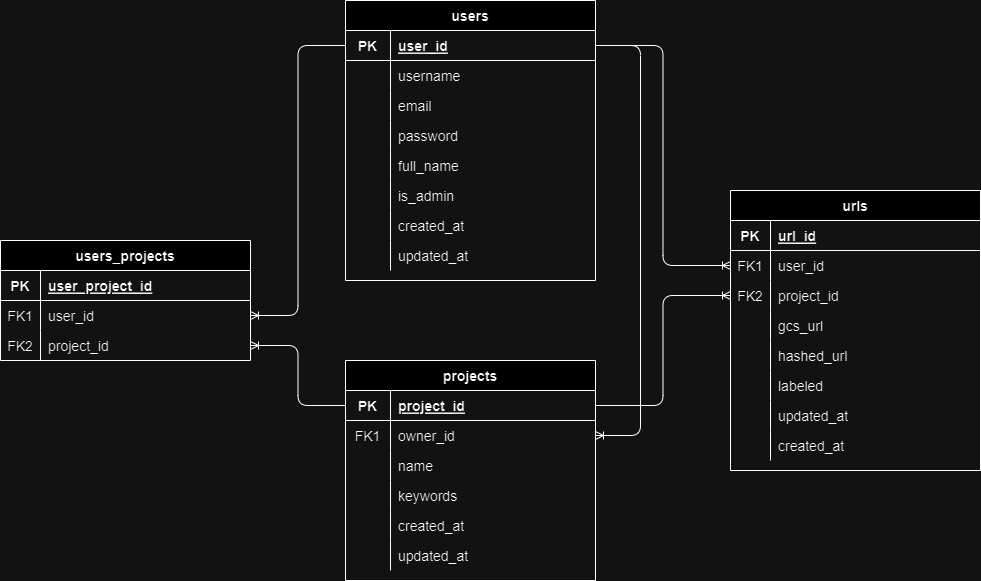
This is imgs/erd.png from sadelcarpio/ml-image-scraping-tool, a draw.io export, as it was before one commit. Source tidied: cells renumbered, new cells last; positions are measured from the earlier drawing's top-left corner, leaving out a move shared by most shapes.
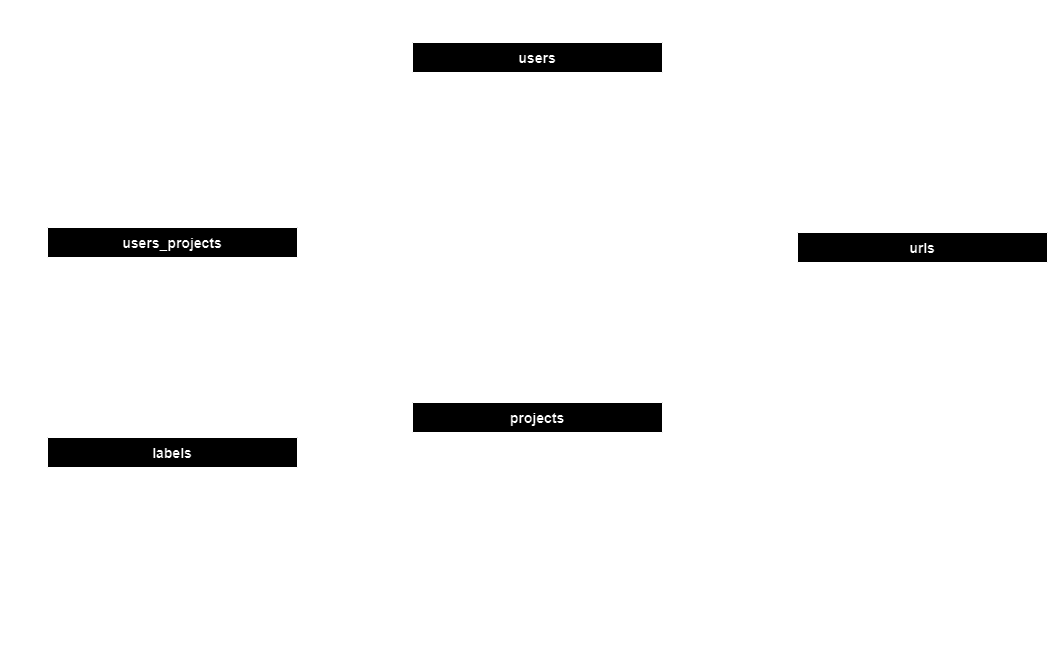
Later version of the same file.

Change to the diagram source:
```diff
@@ -3,19 +3,10 @@
     <mxCell id="0" />
     <mxCell id="1" parent="0" />
     <mxCell id="2" value="users_projects" style="shape=table;startSize=30;rowLines=0;fontStyle=1;align=center;fontSize=14;" parent="1" vertex="1">
-      <mxGeometry y="240" width="250" height="120" as="geometry" />
+      <mxGeometry x="-20" y="185" width="250" height="150" as="geometry" />
     </mxCell>
-    <mxCell id="3" style="shape=partialRectangle;fillColor=none;top=0;left=0;right=0;bottom=1;fontSize=14;" parent="2" vertex="1">
-      <mxGeometry y="30" width="250" height="30" as="geometry" />
-    </mxCell>
-    <mxCell id="4" value="PK" style="shape=partialRectangle;overflow=hidden;fillColor=none;top=0;left=0;bottom=0;right=0;fontStyle=1;fontSize=14;" parent="3" vertex="1">
-      <mxGeometry width="40" height="30" as="geometry" />
-    </mxCell>
-    <mxCell id="5" value="user_project_id" style="shape=partialRectangle;overflow=hidden;fillColor=none;top=0;left=0;bottom=0;right=0;align=left;spacingLeft=6;fontStyle=5;fontSize=14;" parent="3" vertex="1">
-      <mxGeometry x="40" width="210" height="30" as="geometry" />
-    </mxCell>
     <mxCell id="6" style="shape=partialRectangle;fillColor=none;points=[[0,0.5],[1,0.5]];portConstraint=eastwest;top=0;left=0;right=0;bottom=0;fontSize=14;" parent="2" vertex="1">
-      <mxGeometry y="60" width="250" height="30" as="geometry" />
+      <mxGeometry y="30" width="250" height="30" as="geometry" />
     </mxCell>
     <mxCell id="7" value="FK1" style="shape=partialRectangle;overflow=hidden;fillColor=none;top=0;left=0;bottom=0;right=0;fontSize=14;" parent="6" vertex="1">
       <mxGeometry width="40" height="30" as="geometry" />
@@ -24,7 +15,7 @@
       <mxGeometry x="40" width="210" height="30" as="geometry" />
     </mxCell>
     <mxCell id="9" style="shape=partialRectangle;fillColor=none;points=[[0,0.5],[1,0.5]];portConstraint=eastwest;top=0;left=0;right=0;bottom=0;fontSize=14;" parent="2" vertex="1">
-      <mxGeometry y="90" width="250" height="30" as="geometry" />
+      <mxGeometry y="60" width="250" height="30" as="geometry" />
     </mxCell>
     <mxCell id="10" value="FK2" style="shape=partialRectangle;overflow=hidden;fillColor=none;top=0;left=0;bottom=0;right=0;fontSize=14;" parent="9" vertex="1">
       <mxGeometry width="40" height="30" as="geometry" />
@@ -32,8 +23,26 @@
     <mxCell id="11" value="project_id" style="shape=partialRectangle;overflow=hidden;fillColor=none;top=0;left=0;bottom=0;right=0;align=left;spacingLeft=6;fontSize=14;" parent="9" vertex="1">
       <mxGeometry x="40" width="210" height="30" as="geometry" />
     </mxCell>
+    <mxCell id="86" style="shape=partialRectangle;fillColor=none;points=[[0,0.5],[1,0.5]];portConstraint=eastwest;top=0;left=0;right=0;bottom=0;fontSize=14;" parent="2" vertex="1">
+      <mxGeometry y="90" width="250" height="30" as="geometry" />
+    </mxCell>
+    <mxCell id="87" value="FK3" style="shape=partialRectangle;overflow=hidden;fillColor=none;top=0;left=0;bottom=0;right=0;fontSize=14;" parent="86" vertex="1">
+      <mxGeometry width="40" height="30" as="geometry" />
+    </mxCell>
+    <mxCell id="88" value="current_url" style="shape=partialRectangle;overflow=hidden;fillColor=none;top=0;left=0;bottom=0;right=0;align=left;spacingLeft=6;fontSize=14;" parent="86" vertex="1">
+      <mxGeometry x="40" width="210" height="30" as="geometry" />
+    </mxCell>
+    <mxCell id="89" style="shape=partialRectangle;fillColor=none;top=0;left=0;right=0;bottom=0;fontSize=14;" parent="2" vertex="1">
+      <mxGeometry y="120" width="250" height="30" as="geometry" />
+    </mxCell>
+    <mxCell id="90" style="shape=partialRectangle;overflow=hidden;fillColor=none;top=0;left=0;bottom=0;right=0;fontSize=14;" parent="89" vertex="1">
+      <mxGeometry width="40" height="30" as="geometry" />
+    </mxCell>
+    <mxCell id="91" value="assigned_at" style="shape=partialRectangle;overflow=hidden;fillColor=none;top=0;left=0;bottom=0;right=0;align=left;spacingLeft=6;fontSize=14;" parent="89" vertex="1">
+      <mxGeometry x="40" width="210" height="30" as="geometry" />
+    </mxCell>
     <mxCell id="12" value="projects" style="shape=table;startSize=30;rowLines=0;fontStyle=1;align=center;fontSize=14;" parent="1" vertex="1">
-      <mxGeometry x="345" y="360" width="250" height="220" as="geometry" />
+      <mxGeometry x="345" y="360" width="250" height="250" as="geometry" />
     </mxCell>
     <mxCell id="13" style="shape=partialRectangle;fillColor=none;points=[[0,0.5],[1,0.5]];portConstraint=eastwest;top=0;left=0;right=0;bottom=1;fontSize=14;" parent="12" vertex="1">
       <mxGeometry y="30" width="250" height="30" as="geometry" />
@@ -41,7 +50,7 @@
     <mxCell id="14" value="PK" style="shape=partialRectangle;overflow=hidden;fillColor=none;top=0;left=0;bottom=0;right=0;fontStyle=1;fontSize=14;" parent="13" vertex="1">
       <mxGeometry width="45" height="30" as="geometry" />
     </mxCell>
-    <mxCell id="15" value="project_id" style="shape=partialRectangle;overflow=hidden;fillColor=none;top=0;left=0;bottom=0;right=0;align=left;spacingLeft=6;fontStyle=5;fontSize=14;" parent="13" vertex="1">
+    <mxCell id="15" value="id" style="shape=partialRectangle;overflow=hidden;fillColor=none;top=0;left=0;bottom=0;right=0;align=left;spacingLeft=6;fontStyle=5;fontSize=14;" parent="13" vertex="1">
       <mxGeometry x="45" width="205" height="30" as="geometry" />
     </mxCell>
     <mxCell id="16" style="shape=partialRectangle;fillColor=none;points=[[0,0.5],[1,0.5]];portConstraint=eastwest;top=0;left=0;right=0;bottom=0;fontSize=14;" parent="12" vertex="1">
@@ -77,7 +86,7 @@
     <mxCell id="26" style="shape=partialRectangle;overflow=hidden;fillColor=none;top=0;left=0;bottom=0;right=0;fontSize=14;" parent="25" vertex="1">
       <mxGeometry width="45" height="30" as="geometry" />
     </mxCell>
-    <mxCell id="27" value="created_at" style="shape=partialRectangle;overflow=hidden;fillColor=none;top=0;left=0;bottom=0;right=0;align=left;spacingLeft=6;fontSize=14;" parent="25" vertex="1">
+    <mxCell id="27" value="task_type" style="shape=partialRectangle;overflow=hidden;fillColor=none;top=0;left=0;bottom=0;right=0;align=left;spacingLeft=6;fontSize=14;" parent="25" vertex="1">
       <mxGeometry x="45" width="205" height="30" as="geometry" />
     </mxCell>
     <mxCell id="28" style="shape=partialRectangle;fillColor=none;top=0;left=0;right=0;bottom=0;fontSize=14;" parent="12" vertex="1">
@@ -86,11 +95,26 @@
     <mxCell id="29" style="shape=partialRectangle;overflow=hidden;fillColor=none;top=0;left=0;bottom=0;right=0;fontSize=14;" parent="28" vertex="1">
       <mxGeometry width="45" height="30" as="geometry" />
     </mxCell>
-    <mxCell id="30" value="updated_at" style="shape=partialRectangle;overflow=hidden;fillColor=none;top=0;left=0;bottom=0;right=0;align=left;spacingLeft=6;fontSize=14;" parent="28" vertex="1">
+    <mxCell id="30" value="created_at" style="shape=partialRectangle;overflow=hidden;fillColor=none;top=0;left=0;bottom=0;right=0;align=left;spacingLeft=6;fontSize=14;" parent="28" vertex="1">
       <mxGeometry x="45" width="205" height="30" as="geometry" />
     </mxCell>
+    <mxCell id="92" style="shape=partialRectangle;fillColor=none;top=0;left=0;right=0;bottom=0;fontSize=14;" parent="12" vertex="1">
+      <mxGeometry y="210" width="250" height="30" as="geometry" />
+    </mxCell>
+    <mxCell id="93" style="shape=partialRectangle;overflow=hidden;fillColor=none;top=0;left=0;bottom=0;right=0;fontSize=14;" parent="92" vertex="1">
+      <mxGeometry width="45" height="30" as="geometry" />
+    </mxCell>
+    <mxCell id="94" value="updated_at" style="shape=partialRectangle;overflow=hidden;fillColor=none;top=0;left=0;bottom=0;right=0;align=left;spacingLeft=6;fontSize=14;" parent="92" vertex="1">
+      <mxGeometry x="45" width="205" height="30" as="geometry" />
+    </mxCell>
-    <mxCell id="31" style="edgeStyle=orthogonalEdgeStyle;fontSize=14;html=1;endArrow=ERoneToMany;rounded=1;strokeColor=default;entryX=1;entryY=0.5;entryDx=0;entryDy=0;exitX=0;exitY=0.5;exitDx=0;exitDy=0;" parent="1" edge="1" source="13" target="9">
-      <mxGeometry relative="1" as="geometry" />
+    <mxCell id="31" style="edgeStyle=orthogonalEdgeStyle;fontSize=14;html=1;endArrow=ERoneToMany;rounded=1;strokeColor=default;entryX=1;entryY=0.5;entryDx=0;entryDy=0;" parent="1" edge="1" target="9">
+      <mxGeometry relative="1" as="geometry">
+        <mxPoint x="345" y="395" as="sourcePoint" />
+        <Array as="points">
+          <mxPoint x="270" y="395" />
+          <mxPoint x="270" y="260" />
+        </Array>
+      </mxGeometry>
     </mxCell>
     <mxCell id="32" value="users" style="shape=table;startSize=30;rowLines=0;fontStyle=1;align=center;fontSize=14;" parent="1" vertex="1">
       <mxGeometry x="345" width="250" height="280" as="geometry" />
@@ -101,7 +125,7 @@
     <mxCell id="34" value="PK" style="shape=partialRectangle;overflow=hidden;fillColor=none;top=0;left=0;bottom=0;right=0;fontStyle=1;fontSize=14;" parent="33" vertex="1">
       <mxGeometry width="45" height="30" as="geometry" />
     </mxCell>
-    <mxCell id="35" value="user_id" style="shape=partialRectangle;overflow=hidden;fillColor=none;top=0;left=0;bottom=0;right=0;align=left;spacingLeft=6;fontStyle=5;fontSize=14;" parent="33" vertex="1">
+    <mxCell id="35" value="id" style="shape=partialRectangle;overflow=hidden;fillColor=none;top=0;left=0;bottom=0;right=0;align=left;spacingLeft=6;fontStyle=5;fontSize=14;" parent="33" vertex="1">
       <mxGeometry x="45" width="205" height="30" as="geometry" />
     </mxCell>
     <mxCell id="36" style="shape=partialRectangle;fillColor=none;top=0;left=0;right=0;bottom=0;fontSize=14;" parent="32" vertex="1">
@@ -167,8 +191,13 @@
     <mxCell id="56" value="updated_at" style="shape=partialRectangle;overflow=hidden;fillColor=none;top=0;left=0;bottom=0;right=0;align=left;spacingLeft=6;fontSize=14;" parent="54" vertex="1">
       <mxGeometry x="45" width="205" height="30" as="geometry" />
     </mxCell>
-    <mxCell id="57" style="edgeStyle=orthogonalEdgeStyle;fontSize=14;html=1;endArrow=ERoneToMany;rounded=1;strokeColor=default;entryX=1;entryY=0.5;entryDx=0;entryDy=0;exitX=0;exitY=0.5;exitDx=0;exitDy=0;" parent="1" edge="1" source="33" target="6">
-      <mxGeometry relative="1" as="geometry" />
+    <mxCell id="57" style="edgeStyle=orthogonalEdgeStyle;fontSize=14;html=1;endArrow=ERoneToMany;rounded=1;strokeColor=default;entryX=1;entryY=0.5;entryDx=0;entryDy=0;exitX=0.001;exitY=0.282;exitDx=0;exitDy=0;exitPerimeter=0;" parent="1" edge="1" source="33" target="6">
+      <mxGeometry relative="1" as="geometry">
+        <Array as="points">
+          <mxPoint x="270" y="38" />
+          <mxPoint x="270" y="230" />
+        </Array>
+      </mxGeometry>
     </mxCell>
     <mxCell id="58" style="edgeStyle=orthogonalEdgeStyle;fontSize=14;html=1;endArrow=ERoneToMany;rounded=1;strokeColor=default;entryX=1;entryY=0.5;entryDx=0;entryDy=0;exitX=1;exitY=0.5;exitDx=0;exitDy=0;" parent="1" edge="1" source="33" target="16">
       <mxGeometry relative="1" as="geometry">
@@ -187,7 +216,7 @@
     <mxCell id="61" value="PK" style="shape=partialRectangle;overflow=hidden;fillColor=none;top=0;left=0;bottom=0;right=0;fontStyle=1;fontSize=14;" parent="60" vertex="1">
       <mxGeometry width="40" height="30" as="geometry" />
     </mxCell>
-    <mxCell id="62" value="url_id" style="shape=partialRectangle;overflow=hidden;fillColor=none;top=0;left=0;bottom=0;right=0;align=left;spacingLeft=6;fontStyle=5;fontSize=14;" parent="60" vertex="1">
+    <mxCell id="62" value="id" style="shape=partialRectangle;overflow=hidden;fillColor=none;top=0;left=0;bottom=0;right=0;align=left;spacingLeft=6;fontStyle=5;fontSize=14;" parent="60" vertex="1">
       <mxGeometry x="40" width="210" height="30" as="geometry" />
     </mxCell>
     <mxCell id="63" style="shape=partialRectangle;fillColor=none;points=[[0,0.5],[1,0.5]];portConstraint=eastwest;top=0;left=0;right=0;bottom=0;fontSize=14;" parent="59" vertex="1">
@@ -259,5 +288,54 @@
     <mxCell id="85" style="edgeStyle=orthogonalEdgeStyle;fontSize=14;html=1;endArrow=ERoneToMany;rounded=1;strokeColor=default;entryX=0;entryY=0.5;entryDx=0;entryDy=0;exitX=1;exitY=0.5;exitDx=0;exitDy=0;" parent="1" edge="1" source="13" target="66">
       <mxGeometry relative="1" as="geometry" />
     </mxCell>
+    <mxCell id="95" value="labels" style="shape=table;startSize=30;rowLines=0;fontStyle=1;align=center;fontSize=14;" parent="1" vertex="1">
+      <mxGeometry x="-20" y="395" width="250" height="120" as="geometry" />
+    </mxCell>
+    <mxCell id="3" style="shape=partialRectangle;fillColor=none;top=0;left=0;right=0;bottom=1;fontSize=14;" parent="95" vertex="1">
+      <mxGeometry y="30" width="250" height="30" as="geometry" />
+    </mxCell>
+    <mxCell id="4" value="PK" style="shape=partialRectangle;overflow=hidden;fillColor=none;top=0;left=0;bottom=0;right=0;fontStyle=1;fontSize=14;" parent="3" vertex="1">
+      <mxGeometry width="40" height="30" as="geometry" />
+    </mxCell>
+    <mxCell id="96" value="id" style="shape=partialRectangle;overflow=hidden;fillColor=none;top=0;left=0;bottom=0;right=0;align=left;spacingLeft=6;fontStyle=5;fontSize=14;" parent="3" vertex="1">
+      <mxGeometry x="40" width="210" height="30" as="geometry" />
+    </mxCell>
+    <mxCell id="97" style="shape=partialRectangle;fillColor=none;points=[[0,0.5],[1,0.5]];portConstraint=eastwest;top=0;left=0;right=0;bottom=0;fontSize=14;" parent="95" vertex="1">
+      <mxGeometry y="60" width="250" height="30" as="geometry" />
+    </mxCell>
+    <mxCell id="98" value="FK1" style="shape=partialRectangle;overflow=hidden;fillColor=none;top=0;left=0;bottom=0;right=0;fontSize=14;" parent="97" vertex="1">
+      <mxGeometry width="40" height="30" as="geometry" />
+    </mxCell>
+    <mxCell id="99" value="project_id" style="shape=partialRectangle;overflow=hidden;fillColor=none;top=0;left=0;bottom=0;right=0;align=left;spacingLeft=6;fontSize=14;" parent="97" vertex="1">
+      <mxGeometry x="40" width="210" height="30" as="geometry" />
+    </mxCell>
+    <mxCell id="100" style="shape=partialRectangle;fillColor=none;top=0;left=0;right=0;bottom=0;fontSize=14;" parent="95" vertex="1">
+      <mxGeometry y="90" width="250" height="30" as="geometry" />
+    </mxCell>
+    <mxCell id="101" style="shape=partialRectangle;overflow=hidden;fillColor=none;top=0;left=0;bottom=0;right=0;fontSize=14;" parent="100" vertex="1">
+      <mxGeometry width="40" height="30" as="geometry" />
+    </mxCell>
+    <mxCell id="102" value="name" style="shape=partialRectangle;overflow=hidden;fillColor=none;top=0;left=0;bottom=0;right=0;align=left;spacingLeft=6;fontSize=14;" parent="100" vertex="1">
+      <mxGeometry x="40" width="210" height="30" as="geometry" />
+    </mxCell>
+    <mxCell id="103" style="edgeStyle=orthogonalEdgeStyle;fontSize=14;html=1;endArrow=ERoneToMany;rounded=1;strokeColor=default;entryX=1;entryY=0.5;entryDx=0;entryDy=0;" parent="1" edge="1" target="97">
+      <mxGeometry relative="1" as="geometry">
+        <mxPoint x="345" y="410" as="sourcePoint" />
+        <Array as="points">
+          <mxPoint x="270" y="410" />
+          <mxPoint x="270" y="470" />
+        </Array>
+      </mxGeometry>
+    </mxCell>
+    <mxCell id="104" style="edgeStyle=orthogonalEdgeStyle;fontSize=14;html=1;endArrow=ERoneToMany;rounded=1;strokeColor=default;exitX=0;exitY=0.5;exitDx=0;exitDy=0;entryX=0;entryY=0.5;entryDx=0;entryDy=0;" parent="1" edge="1" source="60" target="86">
+      <mxGeometry relative="1" as="geometry">
+        <Array as="points">
+          <mxPoint x="680" y="235" />
+          <mxPoint x="680" y="-35" />
+          <mxPoint x="-60" y="-35" />
+          <mxPoint x="-60" y="290" />
+        </Array>
+      </mxGeometry>
+    </mxCell>
   </root>
 </mxGraphModel>
```
